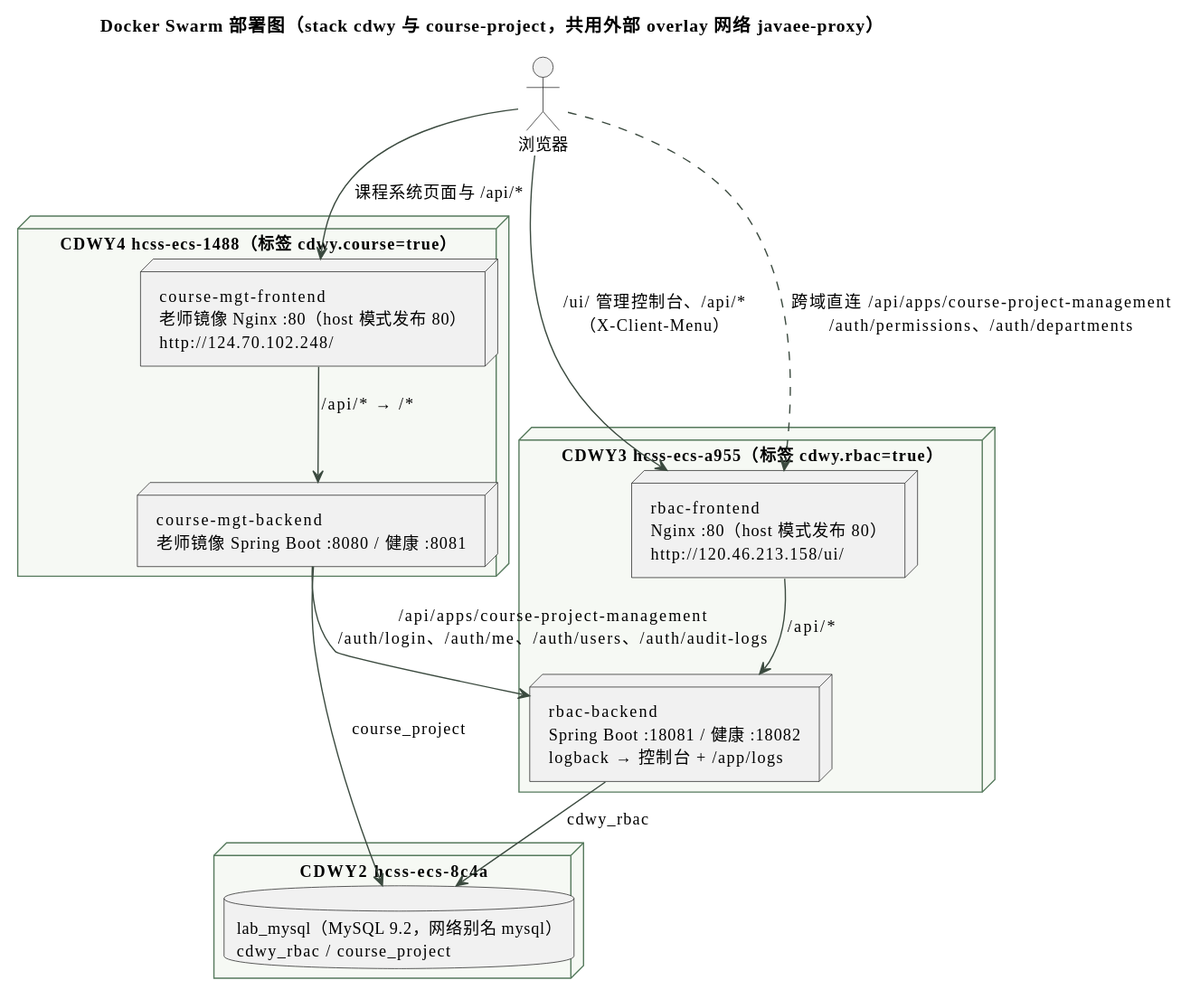
Above: docs/second-review/images/deployment-swarm.svg in Re1lya/ooad (PlantUML), before the change.
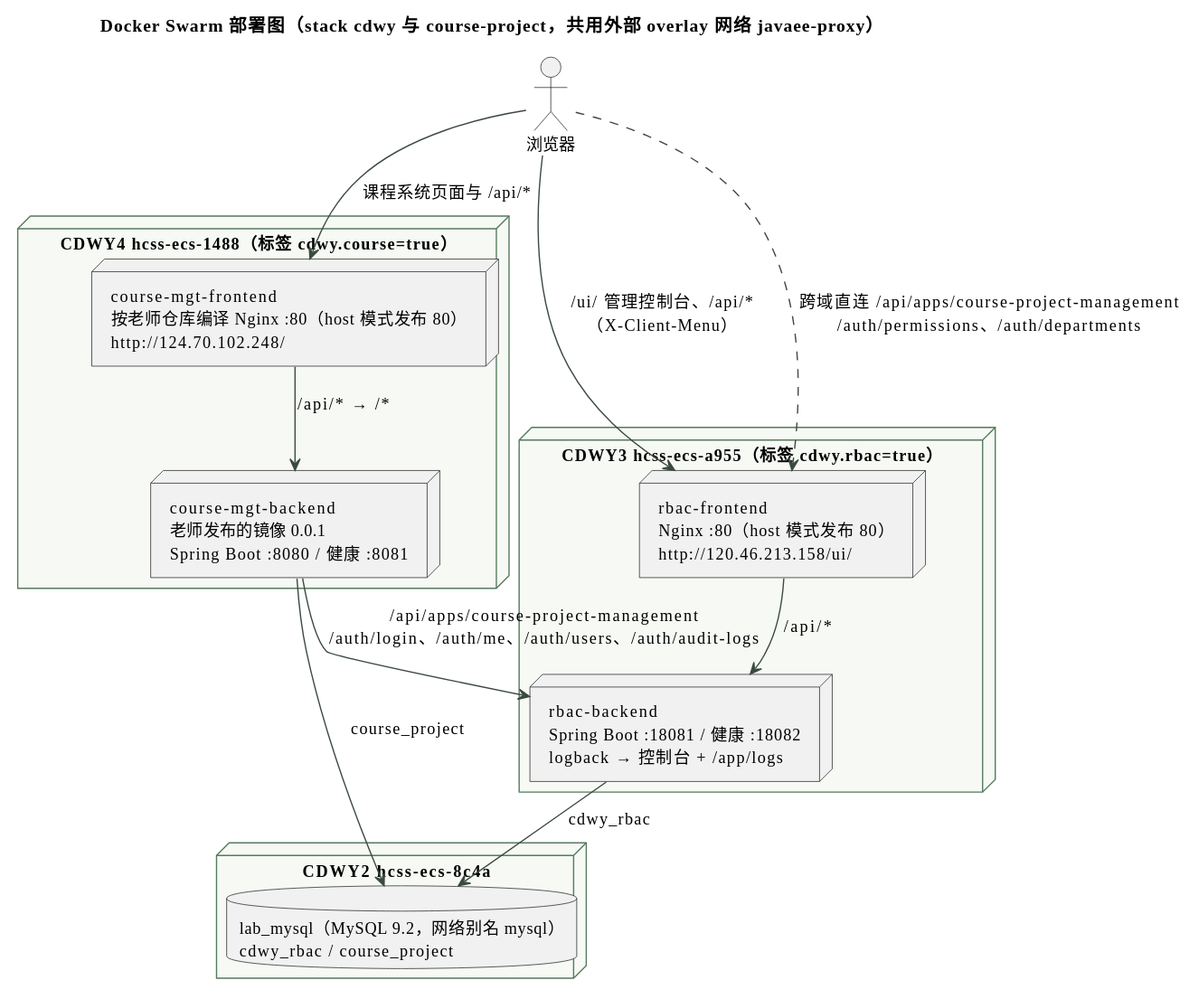
The same file after the commit.

Change to the diagram source:
```diff
@@ -8,8 +8,8 @@
   node "rbac-backend\nSpring Boot :18081 / 健康 :18082\nlogback → 控制台 + /app/logs" as RB
 }
 node "CDWY4 hcss-ecs-1488（标签 cdwy.course=true）" {
-  node "course-mgt-frontend\n老师镜像 Nginx :80（host 模式发布 80）\nhttp://124.70.102.248/" as CF
-  node "course-mgt-backend\n老师镜像 Spring Boot :8080 / 健康 :8081" as CBK
+  node "course-mgt-frontend\n按老师仓库编译 Nginx :80（host 模式发布 80）\nhttp://124.70.102.248/" as CF
+  node "course-mgt-backend\n老师发布的镜像 0.0.1\nSpring Boot :8080 / 健康 :8081" as CBK
 }
 node "CDWY2 hcss-ecs-8c4a" {
   database "lab_mysql（MySQL 9.2，网络别名 mysql）\ncdwy_rbac / course_project" as DB
```
